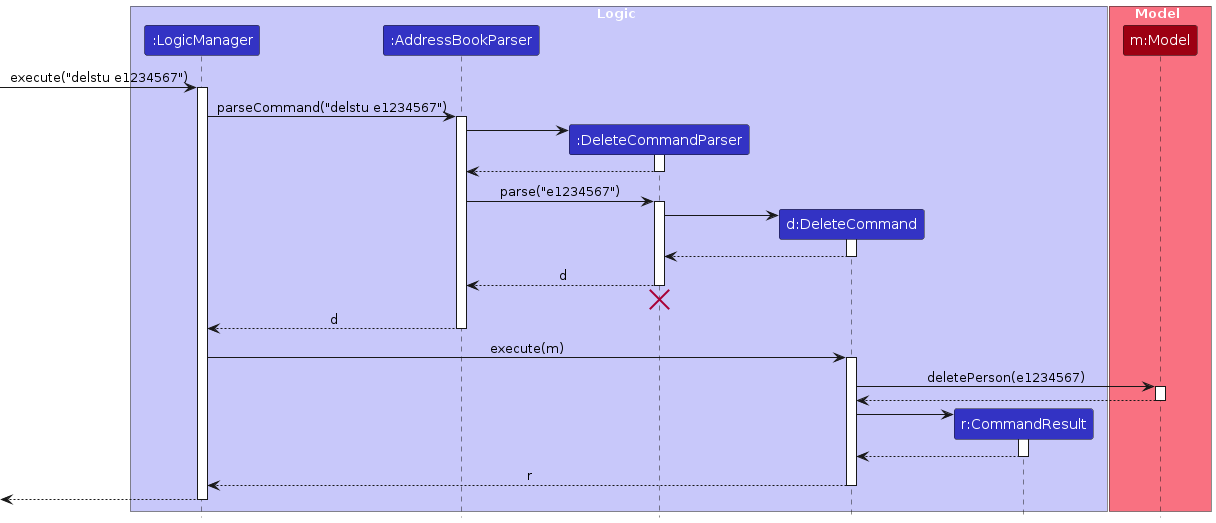
Before: diagrams/DeleteSequenceDiagram.png, a diagram exported from PlantUML (belligerentbeagle/tp). Its source is kept beside it as diagrams/DeleteSequenceDiagram.puml.
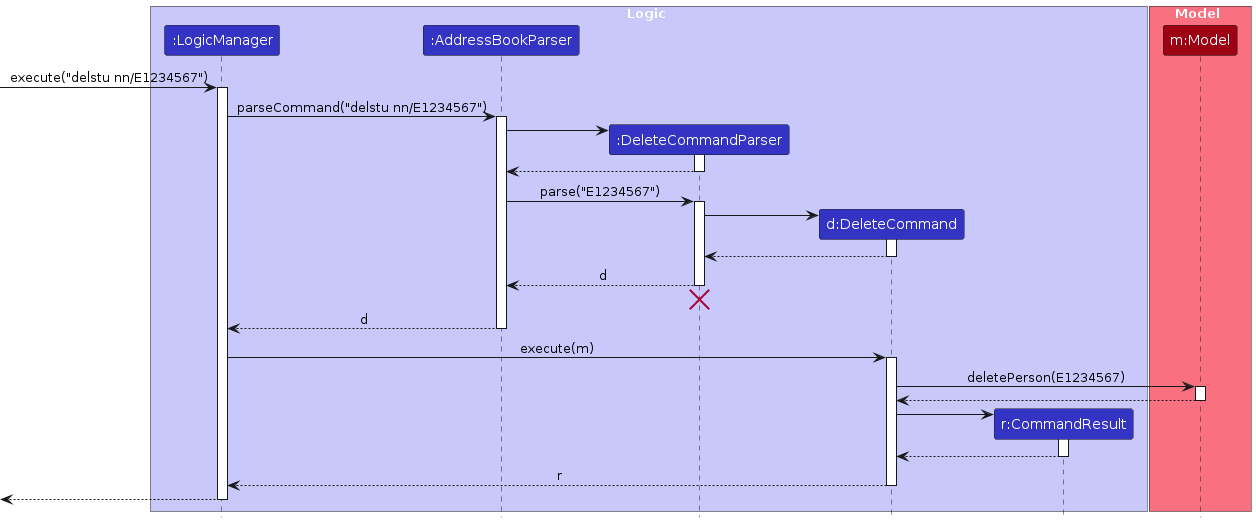
Later version of the same file.

What changed in the source:
```diff
@@ -14,10 +14,10 @@
 participant "m:Model" as Model MODEL_COLOR
 end box
 
-[-> LogicManager : execute("delstu e1234567")
+[-> LogicManager : execute("delstu nn/E1234567")
 activate LogicManager
 
-LogicManager -> AddressBookParser : parseCommand("delstu e1234567")
+LogicManager -> AddressBookParser : parseCommand("delstu nn/E1234567")
 activate AddressBookParser
 
 create DeleteCommandParser
@@ -27,7 +27,7 @@
 DeleteCommandParser --> AddressBookParser
 deactivate DeleteCommandParser
 
-AddressBookParser -> DeleteCommandParser : parse("e1234567")
+AddressBookParser -> DeleteCommandParser : parse("E1234567")
 activate DeleteCommandParser
 
 create DeleteCommand
@@ -48,7 +48,7 @@
 LogicManager -> DeleteCommand : execute(m)
 activate DeleteCommand
 
-DeleteCommand -> Model : deletePerson(e1234567)
+DeleteCommand -> Model : deletePerson(E1234567)
 activate Model
 
 Model --> DeleteCommand
```
